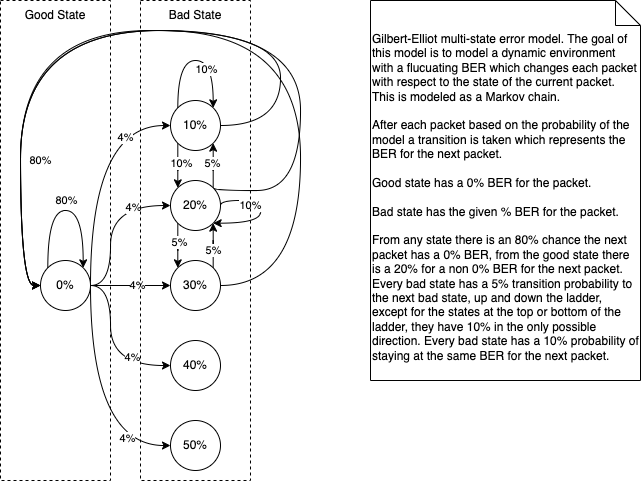
The draw.io diagram error_markov_model.png in jason-gerard/Adaptive-FEC-WebRTC, before a commit. Source tidied: cells renumbered, new cells last; positions are measured from the earlier drawing's top-left corner, leaving out a move shared by most shapes.
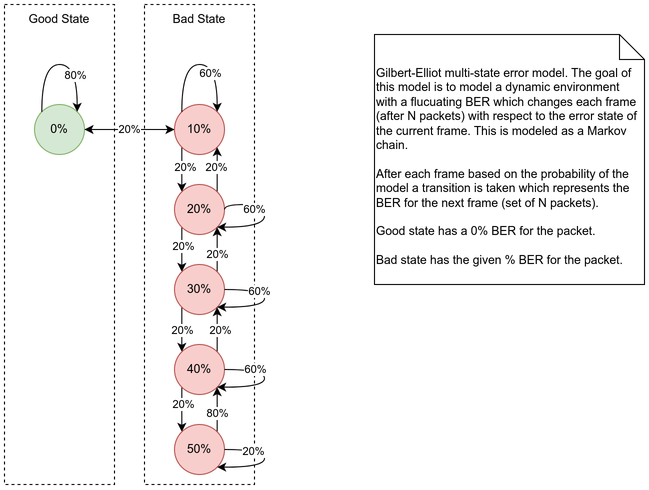
Above is the later version.

The edit, as a diff of the source:
```diff
@@ -2,6 +2,12 @@
   <root>
     <mxCell id="0" />
     <mxCell id="1" parent="0" />
+    <mxCell id="36" style="rounded=0;whiteSpace=wrap;html=1;fillColor=none;dashed=1;" parent="1" vertex="1">
+      <mxGeometry width="110" height="480" as="geometry" />
+    </mxCell>
+    <mxCell id="38" style="rounded=0;whiteSpace=wrap;html=1;fillColor=none;dashed=1;" parent="1" vertex="1">
+      <mxGeometry x="140" width="110" height="480" as="geometry" />
+    </mxCell>
     <mxCell id="2" style="edgeStyle=orthogonalEdgeStyle;rounded=0;jettySize=auto;html=1;exitX=1;exitY=0.5;exitDx=0;exitDy=0;curved=1;" parent="1" edge="1" source="12" target="16">
       <mxGeometry relative="1" as="geometry">
         <Array as="points">
@@ -9,138 +15,93 @@
         </Array>
       </mxGeometry>
     </mxCell>
-    <mxCell id="3" value="4%" style="edgeLabel;html=1;align=center;verticalAlign=middle;" parent="2" vertex="1">
-      <mxGeometry x="0.62" y="-12" relative="1" as="geometry" />
-    </mxCell>
-    <mxCell id="4" style="edgeStyle=orthogonalEdgeStyle;rounded=0;jettySize=auto;html=1;exitX=1;exitY=0.5;exitDx=0;exitDy=0;curved=1;" parent="1" edge="1" source="12" target="23">
-      <mxGeometry relative="1" as="geometry">
-        <Array as="points">
-          <mxPoint x="110" y="285" />
-          <mxPoint x="110" y="205" />
-        </Array>
-      </mxGeometry>
-    </mxCell>
-    <mxCell id="5" value="4%" style="edgeLabel;html=1;align=center;verticalAlign=middle;" parent="4" vertex="1">
-      <mxGeometry x="0.54" y="-2" relative="1" as="geometry" />
-    </mxCell>
-    <mxCell id="6" style="edgeStyle=orthogonalEdgeStyle;rounded=0;jettySize=auto;html=1;exitX=1;exitY=0.5;exitDx=0;exitDy=0;" parent="1" edge="1" source="12" target="27">
-      <mxGeometry relative="1" as="geometry" />
-    </mxCell>
-    <mxCell id="7" value="4%" style="edgeLabel;html=1;align=center;verticalAlign=middle;" parent="6" vertex="1">
-      <mxGeometry x="0.16" relative="1" as="geometry" />
-    </mxCell>
-    <mxCell id="8" style="edgeStyle=orthogonalEdgeStyle;rounded=0;jettySize=auto;html=1;exitX=1;exitY=0.5;exitDx=0;exitDy=0;curved=1;" parent="1" edge="1" source="12" target="28">
-      <mxGeometry relative="1" as="geometry">
-        <Array as="points">
-          <mxPoint x="110" y="285" />
-          <mxPoint x="110" y="365" />
-        </Array>
-      </mxGeometry>
-    </mxCell>
-    <mxCell id="9" value="4%" style="edgeLabel;html=1;align=center;verticalAlign=middle;" parent="8" vertex="1">
-      <mxGeometry x="0.52" y="8" relative="1" as="geometry" />
-    </mxCell>
-    <mxCell id="10" style="edgeStyle=orthogonalEdgeStyle;rounded=0;jettySize=auto;html=1;exitX=1;exitY=0.5;exitDx=0;exitDy=0;curved=1;" parent="1" edge="1" source="12" target="29">
-      <mxGeometry relative="1" as="geometry">
-        <Array as="points">
-          <mxPoint x="90" y="445" />
-        </Array>
-      </mxGeometry>
-    </mxCell>
-    <mxCell id="11" value="4%" style="edgeLabel;html=1;align=center;verticalAlign=middle;" parent="10" vertex="1">
-      <mxGeometry x="0.64" y="7" relative="1" as="geometry" />
-    </mxCell>
-    <mxCell id="12" value="0%" style="ellipse;whiteSpace=wrap;html=1;" parent="1" vertex="1">
-      <mxGeometry x="40" y="260" width="50" height="50" as="geometry" />
+    <mxCell id="12" value="0%" style="ellipse;whiteSpace=wrap;html=1;fillColor=#d5e8d4;strokeColor=#82b366;" parent="1" vertex="1">
+      <mxGeometry x="30" y="100" width="50" height="50" as="geometry" />
     </mxCell>
     <mxCell id="13" style="edgeStyle=orthogonalEdgeStyle;rounded=0;jettySize=auto;html=1;exitX=0;exitY=1;exitDx=0;exitDy=0;entryX=0;entryY=0;entryDx=0;entryDy=0;" parent="1" edge="1" source="16" target="23">
       <mxGeometry relative="1" as="geometry" />
     </mxCell>
-    <mxCell id="14" value="10%" style="edgeLabel;html=1;align=center;verticalAlign=middle;" parent="13" vertex="1">
+    <mxCell id="14" value="20%" style="edgeLabel;html=1;align=center;verticalAlign=middle;" parent="13" vertex="1">
       <mxGeometry x="0.34" y="-3" relative="1" as="geometry">
         <mxPoint x="6" y="-3" as="offset" />
       </mxGeometry>
     </mxCell>
-    <mxCell id="15" style="edgeStyle=orthogonalEdgeStyle;rounded=0;jettySize=auto;html=1;exitX=1;exitY=0.5;exitDx=0;exitDy=0;entryX=0;entryY=0.5;entryDx=0;entryDy=0;curved=1;" parent="1" edge="1" source="16" target="12">
-      <mxGeometry relative="1" as="geometry">
-        <Array as="points">
-          <mxPoint x="280" y="125" />
-          <mxPoint x="280" y="30" />
-          <mxPoint x="20" y="30" />
-          <mxPoint x="20" y="285" />
-        </Array>
-      </mxGeometry>
+    <mxCell id="15" style="edgeStyle=orthogonalEdgeStyle;rounded=0;jettySize=auto;html=1;exitX=0;exitY=0.5;exitDx=0;exitDy=0;entryX=1;entryY=0.5;entryDx=0;entryDy=0;curved=1;" parent="1" edge="1" source="16" target="12">
+      <mxGeometry relative="1" as="geometry" />
     </mxCell>
+    <mxCell id="41" value="20%" style="edgeLabel;html=1;align=center;verticalAlign=middle;" parent="15" vertex="1">
+      <mxGeometry x="0.31" y="-2" relative="1" as="geometry">
+        <mxPoint x="14" y="2" as="offset" />
+      </mxGeometry>
+    </mxCell>
-    <mxCell id="16" value="10%" style="ellipse;whiteSpace=wrap;html=1;" parent="1" vertex="1">
+    <mxCell id="16" value="10%" style="ellipse;whiteSpace=wrap;html=1;fillColor=#f8cecc;strokeColor=#b85450;" parent="1" vertex="1">
       <mxGeometry x="170" y="100" width="50" height="50" as="geometry" />
     </mxCell>
     <mxCell id="17" style="edgeStyle=orthogonalEdgeStyle;rounded=0;jettySize=auto;html=1;exitX=1;exitY=0;exitDx=0;exitDy=0;entryX=1;entryY=1;entryDx=0;entryDy=0;" parent="1" edge="1" source="23" target="16">
       <mxGeometry relative="1" as="geometry" />
     </mxCell>
-    <mxCell id="18" value="5%" style="edgeLabel;html=1;align=center;verticalAlign=middle;" parent="17" vertex="1">
+    <mxCell id="18" value="20%" style="edgeLabel;html=1;align=center;verticalAlign=middle;" parent="17" vertex="1">
       <mxGeometry x="0.38" y="1" relative="1" as="geometry" />
     </mxCell>
     <mxCell id="19" style="edgeStyle=orthogonalEdgeStyle;rounded=0;jettySize=auto;html=1;exitX=0;exitY=1;exitDx=0;exitDy=0;entryX=0;entryY=0;entryDx=0;entryDy=0;" parent="1" edge="1" source="23" target="27">
       <mxGeometry relative="1" as="geometry" />
     </mxCell>
-    <mxCell id="20" value="5%" style="edgeLabel;html=1;align=center;verticalAlign=middle;" parent="19" vertex="1">
+    <mxCell id="20" value="20%" style="edgeLabel;html=1;align=center;verticalAlign=middle;" parent="19" vertex="1">
       <mxGeometry x="-0.41" y="1" relative="1" as="geometry" />
     </mxCell>
-    <mxCell id="21" style="edgeStyle=orthogonalEdgeStyle;rounded=0;jettySize=auto;html=1;exitX=1;exitY=0;exitDx=0;exitDy=0;curved=1;entryX=0;entryY=0.5;entryDx=0;entryDy=0;" parent="1" edge="1" source="23" target="12">
-      <mxGeometry relative="1" as="geometry">
-        <Array as="points">
-          <mxPoint x="213" y="190" />
-          <mxPoint x="300" y="190" />
-          <mxPoint x="300" y="30" />
-          <mxPoint x="20" y="30" />
-          <mxPoint x="20" y="285" />
-        </Array>
-      </mxGeometry>
-    </mxCell>
-    <mxCell id="22" value="80%" style="edgeLabel;html=1;align=center;verticalAlign=middle;" parent="21" vertex="1">
-      <mxGeometry x="0.03" y="1" relative="1" as="geometry">
-        <mxPoint x="-96" y="129" as="offset" />
-      </mxGeometry>
-    </mxCell>
-    <mxCell id="23" value="20%" style="ellipse;whiteSpace=wrap;html=1;" parent="1" vertex="1">
+    <mxCell id="23" value="20%" style="ellipse;whiteSpace=wrap;html=1;fillColor=#f8cecc;strokeColor=#b85450;" parent="1" vertex="1">
       <mxGeometry x="170" y="180" width="50" height="50" as="geometry" />
     </mxCell>
     <mxCell id="24" style="edgeStyle=orthogonalEdgeStyle;rounded=0;jettySize=auto;html=1;exitX=1;exitY=0;exitDx=0;exitDy=0;entryX=1;entryY=1;entryDx=0;entryDy=0;" parent="1" edge="1" source="27" target="23">
       <mxGeometry relative="1" as="geometry" />
     </mxCell>
-    <mxCell id="25" value="5%" style="edgeLabel;html=1;align=center;verticalAlign=middle;" parent="24" vertex="1">
+    <mxCell id="25" value="20%" style="edgeLabel;html=1;align=center;verticalAlign=middle;" parent="24" vertex="1">
       <mxGeometry x="-0.47" relative="1" as="geometry" />
     </mxCell>
-    <mxCell id="26" style="edgeStyle=orthogonalEdgeStyle;rounded=0;jettySize=auto;html=1;exitX=1;exitY=0.5;exitDx=0;exitDy=0;entryX=0;entryY=0.5;entryDx=0;entryDy=0;curved=1;" parent="1" edge="1" source="27" target="12">
-      <mxGeometry relative="1" as="geometry">
-        <Array as="points">
-          <mxPoint x="300" y="285" />
-          <mxPoint x="300" y="30" />
-          <mxPoint x="20" y="30" />
-          <mxPoint x="20" y="285" />
-        </Array>
-      </mxGeometry>
-    </mxCell>
+    <mxCell id="42" style="edgeStyle=orthogonalEdgeStyle;rounded=0;jettySize=auto;html=1;exitX=0;exitY=1;exitDx=0;exitDy=0;entryX=0;entryY=0;entryDx=0;entryDy=0;" parent="1" edge="1" source="27" target="28">
+      <mxGeometry relative="1" as="geometry" />
+    </mxCell>
+    <mxCell id="43" value="20%" style="edgeLabel;html=1;align=center;verticalAlign=middle;" parent="42" vertex="1">
+      <mxGeometry x="-0.02" relative="1" as="geometry" />
+    </mxCell>
-    <mxCell id="27" value="30%" style="ellipse;whiteSpace=wrap;html=1;" parent="1" vertex="1">
+    <mxCell id="27" value="30%" style="ellipse;whiteSpace=wrap;html=1;fillColor=#f8cecc;strokeColor=#b85450;" parent="1" vertex="1">
       <mxGeometry x="170" y="260" width="50" height="50" as="geometry" />
     </mxCell>
+    <mxCell id="44" style="edgeStyle=orthogonalEdgeStyle;rounded=0;jettySize=auto;html=1;exitX=1;exitY=0;exitDx=0;exitDy=0;entryX=1;entryY=1;entryDx=0;entryDy=0;" parent="1" edge="1" source="28" target="27">
+      <mxGeometry relative="1" as="geometry" />
+    </mxCell>
+    <mxCell id="45" value="20%" style="edgeLabel;html=1;align=center;verticalAlign=middle;" parent="44" vertex="1">
+      <mxGeometry x="0.04" y="3" relative="1" as="geometry" />
+    </mxCell>
+    <mxCell id="46" style="edgeStyle=orthogonalEdgeStyle;rounded=0;jettySize=auto;html=1;exitX=0;exitY=1;exitDx=0;exitDy=0;entryX=0;entryY=0;entryDx=0;entryDy=0;" parent="1" edge="1" source="28" target="29">
+      <mxGeometry relative="1" as="geometry" />
+    </mxCell>
+    <mxCell id="47" value="20%" style="edgeLabel;html=1;align=center;verticalAlign=middle;" parent="46" vertex="1">
+      <mxGeometry x="-0.46" y="1" relative="1" as="geometry" />
+    </mxCell>
-    <mxCell id="28" value="40%" style="ellipse;whiteSpace=wrap;html=1;" parent="1" vertex="1">
+    <mxCell id="28" value="40%" style="ellipse;whiteSpace=wrap;html=1;fillColor=#f8cecc;strokeColor=#b85450;" parent="1" vertex="1">
       <mxGeometry x="170" y="340" width="50" height="50" as="geometry" />
     </mxCell>
+    <mxCell id="48" style="edgeStyle=orthogonalEdgeStyle;rounded=0;jettySize=auto;html=1;exitX=1;exitY=0;exitDx=0;exitDy=0;entryX=1;entryY=1;entryDx=0;entryDy=0;" parent="1" edge="1" source="29" target="28">
+      <mxGeometry relative="1" as="geometry" />
+    </mxCell>
+    <mxCell id="22" value="80%" style="edgeLabel;html=1;align=center;verticalAlign=middle;" parent="48" vertex="1">
+      <mxGeometry x="-0.42" relative="1" as="geometry" />
+    </mxCell>
-    <mxCell id="29" value="50%" style="ellipse;whiteSpace=wrap;html=1;" parent="1" vertex="1">
+    <mxCell id="29" value="50%" style="ellipse;whiteSpace=wrap;html=1;fillColor=#f8cecc;strokeColor=#b85450;" parent="1" vertex="1">
       <mxGeometry x="170" y="420" width="50" height="50" as="geometry" />
     </mxCell>
     <mxCell id="30" style="edgeStyle=orthogonalEdgeStyle;rounded=0;orthogonalLoop=1;jettySize=auto;html=1;exitX=0;exitY=0;exitDx=0;exitDy=0;entryX=1;entryY=0;entryDx=0;entryDy=0;curved=1;" parent="1" edge="1" source="12" target="12">
       <mxGeometry relative="1" as="geometry">
         <Array as="points">
-          <mxPoint x="47" y="210" />
-          <mxPoint x="83" y="210" />
+          <mxPoint x="37" y="60" />
+          <mxPoint x="73" y="60" />
         </Array>
       </mxGeometry>
     </mxCell>
     <mxCell id="31" value="80%" style="edgeLabel;html=1;align=center;verticalAlign=middle;" parent="30" vertex="1">
       <mxGeometry x="-0.34" y="-6" relative="1" as="geometry">
-        <mxPoint x="12" y="-18" as="offset" />
+        <mxPoint x="27" y="6" as="offset" />
       </mxGeometry>
     </mxCell>
     <mxCell id="32" style="edgeStyle=orthogonalEdgeStyle;rounded=0;orthogonalLoop=1;jettySize=auto;html=1;exitX=0;exitY=0;exitDx=0;exitDy=0;entryX=1;entryY=0;entryDx=0;entryDy=0;curved=1;" parent="1" edge="1" source="16" target="16">
@@ -151,7 +112,7 @@
         </Array>
       </mxGeometry>
     </mxCell>
-    <mxCell id="33" value="10%" style="edgeLabel;html=1;align=center;verticalAlign=middle;" parent="32" vertex="1">
+    <mxCell id="33" value="60%" style="edgeLabel;html=1;align=center;verticalAlign=middle;" parent="32" vertex="1">
       <mxGeometry x="0.4" y="-7" relative="1" as="geometry" />
     </mxCell>
     <mxCell id="34" style="edgeStyle=orthogonalEdgeStyle;rounded=0;orthogonalLoop=1;jettySize=auto;html=1;exitX=1;exitY=0.5;exitDx=0;exitDy=0;entryX=1;entryY=1;entryDx=0;entryDy=0;curved=1;" parent="1" edge="1" source="23" target="23">
@@ -163,23 +124,52 @@
         </Array>
       </mxGeometry>
     </mxCell>
-    <mxCell id="35" value="10%" style="edgeLabel;html=1;align=center;verticalAlign=middle;" parent="34" vertex="1">
+    <mxCell id="35" value="60%" style="edgeLabel;html=1;align=center;verticalAlign=middle;" parent="34" vertex="1">
       <mxGeometry x="-0.41" y="-5" relative="1" as="geometry" />
     </mxCell>
-    <mxCell id="36" style="rounded=0;whiteSpace=wrap;html=1;fillColor=none;dashed=1;" parent="1" vertex="1">
-      <mxGeometry width="110" height="480" as="geometry" />
-    </mxCell>
     <mxCell id="37" value="Good State" style="text;html=1;strokeColor=none;fillColor=none;align=center;verticalAlign=middle;whiteSpace=wrap;rounded=0;" parent="1" vertex="1">
       <mxGeometry width="110" height="30" as="geometry" />
     </mxCell>
-    <mxCell id="38" style="rounded=0;whiteSpace=wrap;html=1;fillColor=none;dashed=1;" parent="1" vertex="1">
-      <mxGeometry x="140" width="110" height="480" as="geometry" />
-    </mxCell>
     <mxCell id="39" value="Bad State" style="text;html=1;strokeColor=none;fillColor=none;align=center;verticalAlign=middle;whiteSpace=wrap;rounded=0;" parent="1" vertex="1">
       <mxGeometry x="140" width="110" height="30" as="geometry" />
     </mxCell>
-    <mxCell id="40" value="Gilbert-Elliot multi-state error model. The goal of this model is to model a dynamic environment with a flucuating BER which changes each packet with respect to the state of the current packet. This is modeled as a Markov chain.&lt;br&gt;&lt;br&gt;After each packet based on the probability of the model a transition is taken which represents the BER for the next packet.&lt;br&gt;&lt;br&gt;Good state has a 0% BER for the packet.&lt;br&gt;&lt;br&gt;Bad state has the given % BER for the packet.&lt;br&gt;&lt;br&gt;From any state there is an 80% chance the next packet has a 0% BER, from the good state there is a 20% for a non 0% BER for the next packet. Every bad state has a 5% transition probability to the next bad state, up and down the ladder, except for the states at the top or bottom of the ladder, they have 10% in the only possible direction. Every bad state has a 10% probability of staying at the same BER for the next packet." style="shape=note2;boundedLbl=1;whiteSpace=wrap;html=1;size=25;verticalAlign=top;align=left;" parent="1" vertex="1">
-      <mxGeometry x="370" width="270" height="380" as="geometry" />
+    <mxCell id="40" value="Gilbert-Elliot multi-state error model. The goal of this model is to model a dynamic environment with a flucuating BER which changes each frame (after N packets) with respect to the error state of the current frame. This is modeled as a Markov chain.&lt;br&gt;&lt;br&gt;After each frame based on the probability of the model a transition is taken which represents the BER for the next frame (set of N packets).&lt;br&gt;&lt;br&gt;Good state has a 0% BER for the packet.&lt;br&gt;&lt;br&gt;Bad state has the given % BER for the packet." style="shape=note2;boundedLbl=1;whiteSpace=wrap;html=1;size=25;verticalAlign=top;align=left;" parent="1" vertex="1">
+      <mxGeometry x="370" y="30" width="270" height="250" as="geometry" />
     </mxCell>
+    <mxCell id="49" style="edgeStyle=orthogonalEdgeStyle;rounded=0;orthogonalLoop=1;jettySize=auto;html=1;exitX=1;exitY=0.5;exitDx=0;exitDy=0;entryX=1;entryY=1;entryDx=0;entryDy=0;elbow=vertical;curved=1;" parent="1" edge="1" source="27" target="27">
+      <mxGeometry relative="1" as="geometry">
+        <Array as="points">
+          <mxPoint x="260" y="285" />
+          <mxPoint x="260" y="303" />
+        </Array>
+      </mxGeometry>
+    </mxCell>
+    <mxCell id="50" value="60%" style="edgeLabel;html=1;align=center;verticalAlign=middle;" parent="49" vertex="1">
+      <mxGeometry x="-0.33" y="-2" relative="1" as="geometry" />
+    </mxCell>
+    <mxCell id="51" style="edgeStyle=orthogonalEdgeStyle;rounded=0;orthogonalLoop=1;jettySize=auto;html=1;exitX=1;exitY=0.5;exitDx=0;exitDy=0;entryX=1;entryY=1;entryDx=0;entryDy=0;curved=1;" parent="1" edge="1" source="28" target="28">
+      <mxGeometry relative="1" as="geometry">
+        <Array as="points">
+          <mxPoint x="260" y="365" />
+          <mxPoint x="260" y="383" />
+        </Array>
+      </mxGeometry>
+    </mxCell>
+    <mxCell id="52" value="60%" style="edgeLabel;html=1;align=center;verticalAlign=middle;" parent="51" vertex="1">
+      <mxGeometry x="-0.35" y="-4" relative="1" as="geometry">
+        <mxPoint x="-4" y="-4" as="offset" />
+      </mxGeometry>
+    </mxCell>
+    <mxCell id="53" style="edgeStyle=orthogonalEdgeStyle;rounded=0;orthogonalLoop=1;jettySize=auto;html=1;exitX=1;exitY=0.5;exitDx=0;exitDy=0;entryX=1;entryY=1;entryDx=0;entryDy=0;curved=1;" parent="1" edge="1" source="29" target="29">
+      <mxGeometry relative="1" as="geometry">
+        <Array as="points">
+          <mxPoint x="260" y="445" />
+          <mxPoint x="260" y="463" />
+        </Array>
+      </mxGeometry>
+    </mxCell>
+    <mxCell id="54" value="20%" style="edgeLabel;html=1;align=center;verticalAlign=middle;" parent="53" vertex="1">
+      <mxGeometry x="-0.45" y="-2" relative="1" as="geometry" />
+    </mxCell>
   </root>
 </mxGraphModel>
```
